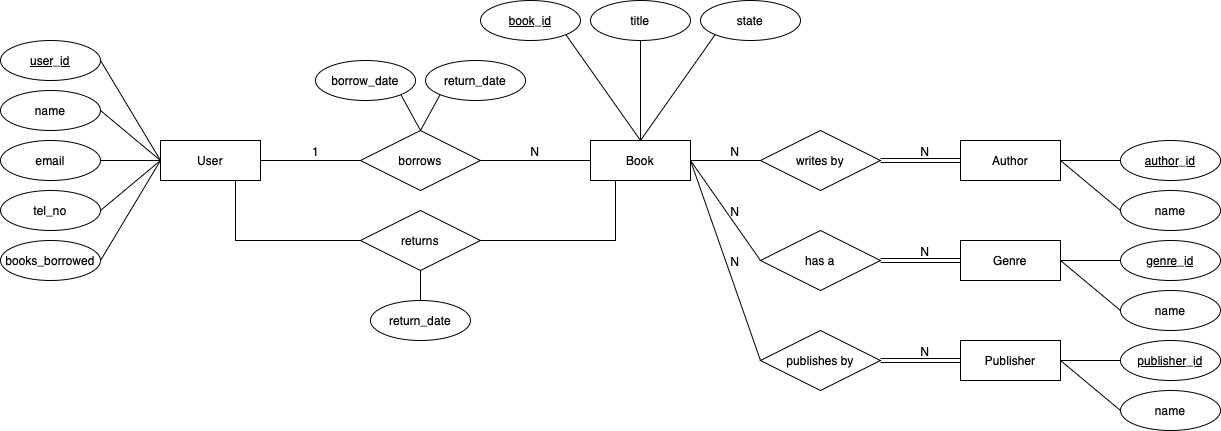
jdai01/library-management keeps this draw.io diagram as ER-diagram.drawio.png. Above is the earlier version. Source tidied: cells renumbered, new cells last; positions are measured from the earlier drawing's top-left corner, leaving out a move shared by most shapes. Source of this version:
```xml
<mxGraphModel>
  <root>
    <mxCell id="0" />
    <mxCell id="1" parent="0" />
    <mxCell id="2" value="User" style="whiteSpace=wrap;html=1;align=center;" parent="1" vertex="1">
      <mxGeometry x="160" y="140" width="100" height="40" as="geometry" />
    </mxCell>
    <mxCell id="3" value="Book" style="whiteSpace=wrap;html=1;align=center;" parent="1" vertex="1">
      <mxGeometry x="590" y="140" width="100" height="40" as="geometry" />
    </mxCell>
    <mxCell id="4" value="Author" style="whiteSpace=wrap;html=1;align=center;" parent="1" vertex="1">
      <mxGeometry x="960" y="140" width="100" height="40" as="geometry" />
    </mxCell>
    <mxCell id="5" value="Genre" style="whiteSpace=wrap;html=1;align=center;" parent="1" vertex="1">
      <mxGeometry x="960" y="240" width="100" height="40" as="geometry" />
    </mxCell>
    <mxCell id="6" value="Publisher" style="whiteSpace=wrap;html=1;align=center;" parent="1" vertex="1">
      <mxGeometry x="960" y="340" width="100" height="40" as="geometry" />
    </mxCell>
    <mxCell id="7" value="book_id" style="ellipse;whiteSpace=wrap;html=1;align=center;fontStyle=4;" parent="1" vertex="1">
      <mxGeometry x="480" width="100" height="40" as="geometry" />
    </mxCell>
    <mxCell id="8" value="state" style="ellipse;whiteSpace=wrap;html=1;align=center;" parent="1" vertex="1">
      <mxGeometry x="700" width="100" height="40" as="geometry" />
    </mxCell>
    <mxCell id="9" value="title" style="ellipse;whiteSpace=wrap;html=1;align=center;" parent="1" vertex="1">
      <mxGeometry x="590" width="100" height="40" as="geometry" />
    </mxCell>
    <mxCell id="10" value="author_id" style="ellipse;whiteSpace=wrap;html=1;align=center;fontStyle=4;" parent="1" vertex="1">
      <mxGeometry x="1120" y="140" width="100" height="40" as="geometry" />
    </mxCell>
    <mxCell id="11" value="genre_id" style="ellipse;whiteSpace=wrap;html=1;align=center;fontStyle=4;" parent="1" vertex="1">
      <mxGeometry x="1120" y="240" width="100" height="40" as="geometry" />
    </mxCell>
    <mxCell id="12" value="publisher_id" style="ellipse;whiteSpace=wrap;html=1;align=center;fontStyle=4;" parent="1" vertex="1">
      <mxGeometry x="1120" y="340" width="100" height="40" as="geometry" />
    </mxCell>
    <mxCell id="13" value="name" style="ellipse;whiteSpace=wrap;html=1;align=center;" parent="1" vertex="1">
      <mxGeometry x="1120" y="190" width="100" height="40" as="geometry" />
    </mxCell>
    <mxCell id="14" value="name" style="ellipse;whiteSpace=wrap;html=1;align=center;" parent="1" vertex="1">
      <mxGeometry x="1120" y="290" width="100" height="40" as="geometry" />
    </mxCell>
    <mxCell id="15" value="name" style="ellipse;whiteSpace=wrap;html=1;align=center;" parent="1" vertex="1">
      <mxGeometry x="1120" y="390" width="100" height="40" as="geometry" />
    </mxCell>
    <mxCell id="16" value="writes by" style="shape=rhombus;perimeter=rhombusPerimeter;whiteSpace=wrap;html=1;align=center;" parent="1" vertex="1">
      <mxGeometry x="760" y="130" width="120" height="60" as="geometry" />
    </mxCell>
    <mxCell id="17" value="has a" style="shape=rhombus;perimeter=rhombusPerimeter;whiteSpace=wrap;html=1;align=center;" parent="1" vertex="1">
      <mxGeometry x="760" y="230" width="120" height="60" as="geometry" />
    </mxCell>
    <mxCell id="18" value="publishes by" style="shape=rhombus;perimeter=rhombusPerimeter;whiteSpace=wrap;html=1;align=center;" parent="1" vertex="1">
      <mxGeometry x="760" y="330" width="120" height="60" as="geometry" />
    </mxCell>
    <mxCell id="19" value="user_id" style="ellipse;whiteSpace=wrap;html=1;align=center;fontStyle=4;" parent="1" vertex="1">
      <mxGeometry y="40" width="100" height="40" as="geometry" />
    </mxCell>
    <mxCell id="20" value="name" style="ellipse;whiteSpace=wrap;html=1;align=center;" parent="1" vertex="1">
      <mxGeometry y="90" width="100" height="40" as="geometry" />
    </mxCell>
    <mxCell id="21" value="email" style="ellipse;whiteSpace=wrap;html=1;align=center;" parent="1" vertex="1">
      <mxGeometry y="140" width="100" height="40" as="geometry" />
    </mxCell>
    <mxCell id="22" value="tel_no" style="ellipse;whiteSpace=wrap;html=1;align=center;" parent="1" vertex="1">
      <mxGeometry y="190" width="100" height="40" as="geometry" />
    </mxCell>
    <mxCell id="23" value="books_borrowed" style="ellipse;whiteSpace=wrap;html=1;align=center;" parent="1" vertex="1">
      <mxGeometry y="240" width="100" height="40" as="geometry" />
    </mxCell>
    <mxCell id="24" value="borrow_date" style="ellipse;whiteSpace=wrap;html=1;align=center;" parent="1" vertex="1">
      <mxGeometry x="315" y="60" width="100" height="40" as="geometry" />
    </mxCell>
    <mxCell id="25" value="return_date" style="ellipse;whiteSpace=wrap;html=1;align=center;" parent="1" vertex="1">
      <mxGeometry x="425" y="60" width="100" height="40" as="geometry" />
    </mxCell>
    <mxCell id="26" value="return_date" style="ellipse;whiteSpace=wrap;html=1;align=center;" parent="1" vertex="1">
      <mxGeometry x="370" y="300" width="100" height="40" as="geometry" />
    </mxCell>
    <mxCell id="27" style="endArrow=none;html=1;rounded=0;exitX=1;exitY=0.5;exitDx=0;exitDy=0;entryX=0;entryY=0.5;entryDx=0;entryDy=0;" parent="1" edge="1" source="19" target="2">
      <mxGeometry relative="1" as="geometry" />
    </mxCell>
    <mxCell id="28" style="endArrow=none;html=1;rounded=0;exitX=1;exitY=0.5;exitDx=0;exitDy=0;entryX=0;entryY=0.5;entryDx=0;entryDy=0;" parent="1" edge="1" source="20" target="2">
      <mxGeometry relative="1" as="geometry" />
    </mxCell>
    <mxCell id="29" style="endArrow=none;html=1;rounded=0;exitX=1;exitY=0.5;exitDx=0;exitDy=0;entryX=0;entryY=0.5;entryDx=0;entryDy=0;" parent="1" edge="1" source="21" target="2">
      <mxGeometry relative="1" as="geometry" />
    </mxCell>
    <mxCell id="30" style="endArrow=none;html=1;rounded=0;exitX=1;exitY=0.5;exitDx=0;exitDy=0;" parent="1" edge="1" source="22">
      <mxGeometry relative="1" as="geometry">
        <mxPoint x="160" y="160" as="targetPoint" />
      </mxGeometry>
    </mxCell>
    <mxCell id="31" style="endArrow=none;html=1;rounded=0;exitX=1;exitY=0.5;exitDx=0;exitDy=0;entryX=0;entryY=0.5;entryDx=0;entryDy=0;" parent="1" edge="1" source="23" target="2">
      <mxGeometry relative="1" as="geometry" />
    </mxCell>
    <mxCell id="32" style="endArrow=none;html=1;rounded=0;exitX=1;exitY=0.5;exitDx=0;exitDy=0;entryX=0;entryY=0.5;entryDx=0;entryDy=0;" parent="1" edge="1" source="2" target="3">
      <mxGeometry relative="1" as="geometry">
        <Array as="points">
          <mxPoint x="430" y="160" />
        </Array>
      </mxGeometry>
    </mxCell>
    <mxCell id="33" value="1" style="html=1;whiteSpace=wrap;align=left;verticalAlign=bottom;" parent="32" vertex="1">
      <mxGeometry x="-1" relative="1" as="geometry">
        <mxPoint x="50" as="offset" />
      </mxGeometry>
    </mxCell>
    <mxCell id="34" value="N" style="html=1;whiteSpace=wrap;align=right;verticalAlign=bottom;" parent="32" vertex="1">
      <mxGeometry x="1" relative="1" as="geometry">
        <mxPoint x="-50" as="offset" />
      </mxGeometry>
    </mxCell>
    <mxCell id="35" value="borrows" style="shape=rhombus;perimeter=rhombusPerimeter;whiteSpace=wrap;html=1;align=center;" parent="1" vertex="1">
      <mxGeometry x="360" y="130" width="120" height="60" as="geometry" />
    </mxCell>
    <mxCell id="36" style="endArrow=none;html=1;rounded=0;exitX=1;exitY=1;exitDx=0;exitDy=0;entryX=0.5;entryY=0;entryDx=0;entryDy=0;" parent="1" edge="1" source="24" target="35">
      <mxGeometry relative="1" as="geometry" />
    </mxCell>
    <mxCell id="37" style="endArrow=none;html=1;rounded=0;entryX=0;entryY=1;entryDx=0;entryDy=0;exitX=0.5;exitY=0;exitDx=0;exitDy=0;" parent="1" edge="1" source="35" target="25">
      <mxGeometry relative="1" as="geometry" />
    </mxCell>
    <mxCell id="38" style="endArrow=none;html=1;rounded=0;exitX=0.75;exitY=1;exitDx=0;exitDy=0;entryX=0.25;entryY=1;entryDx=0;entryDy=0;" parent="1" edge="1" source="2" target="3">
      <mxGeometry relative="1" as="geometry">
        <Array as="points">
          <mxPoint x="235" y="240" />
          <mxPoint x="420" y="240" />
          <mxPoint x="615" y="240" />
        </Array>
      </mxGeometry>
    </mxCell>
    <mxCell id="39" value="returns" style="shape=rhombus;perimeter=rhombusPerimeter;whiteSpace=wrap;html=1;align=center;" parent="1" vertex="1">
      <mxGeometry x="360" y="210" width="120" height="60" as="geometry" />
    </mxCell>
    <mxCell id="40" style="endArrow=none;html=1;rounded=0;entryX=0.5;entryY=1;entryDx=0;entryDy=0;exitX=0.5;exitY=0;exitDx=0;exitDy=0;" parent="1" edge="1" source="26" target="39">
      <mxGeometry relative="1" as="geometry" />
    </mxCell>
    <mxCell id="41" style="endArrow=none;html=1;rounded=0;entryX=1;entryY=1;entryDx=0;entryDy=0;" parent="1" edge="1" target="7">
      <mxGeometry relative="1" as="geometry">
        <mxPoint x="640" y="140" as="sourcePoint" />
      </mxGeometry>
    </mxCell>
    <mxCell id="42" style="endArrow=none;html=1;rounded=0;entryX=0.5;entryY=1;entryDx=0;entryDy=0;exitX=0.5;exitY=0;exitDx=0;exitDy=0;" parent="1" edge="1" source="3" target="9">
      <mxGeometry relative="1" as="geometry" />
    </mxCell>
    <mxCell id="43" style="endArrow=none;html=1;rounded=0;entryX=0.5;entryY=0;entryDx=0;entryDy=0;exitX=0;exitY=1;exitDx=0;exitDy=0;" parent="1" edge="1" source="8" target="3">
      <mxGeometry relative="1" as="geometry" />
    </mxCell>
    <mxCell id="44" style="shape=link;html=1;rounded=0;exitX=1;exitY=0.5;exitDx=0;exitDy=0;entryX=0;entryY=0.5;entryDx=0;entryDy=0;" parent="1" edge="1" source="16" target="4">
      <mxGeometry relative="1" as="geometry" />
    </mxCell>
    <mxCell id="45" value="N" style="html=1;whiteSpace=wrap;align=right;verticalAlign=bottom;" parent="44" vertex="1">
      <mxGeometry x="1" relative="1" as="geometry">
        <mxPoint x="-30" as="offset" />
      </mxGeometry>
    </mxCell>
    <mxCell id="46" style="shape=link;html=1;rounded=0;exitX=1;exitY=0.5;exitDx=0;exitDy=0;entryX=0;entryY=0.5;entryDx=0;entryDy=0;" parent="1" edge="1" source="17" target="5">
      <mxGeometry relative="1" as="geometry" />
    </mxCell>
    <mxCell id="47" value="N" style="html=1;whiteSpace=wrap;align=right;verticalAlign=bottom;" parent="46" vertex="1">
      <mxGeometry x="1" relative="1" as="geometry">
        <mxPoint x="-30" as="offset" />
      </mxGeometry>
    </mxCell>
    <mxCell id="48" style="shape=link;html=1;rounded=0;exitX=1;exitY=0.5;exitDx=0;exitDy=0;entryX=0;entryY=0.5;entryDx=0;entryDy=0;" parent="1" edge="1" source="18" target="6">
      <mxGeometry relative="1" as="geometry" />
    </mxCell>
    <mxCell id="49" value="N" style="html=1;whiteSpace=wrap;align=right;verticalAlign=bottom;" parent="48" vertex="1">
      <mxGeometry x="1" relative="1" as="geometry">
        <mxPoint x="-30" as="offset" />
      </mxGeometry>
    </mxCell>
    <mxCell id="50" style="endArrow=none;html=1;rounded=0;entryX=0;entryY=0.5;entryDx=0;entryDy=0;exitX=1;exitY=0.5;exitDx=0;exitDy=0;" parent="1" edge="1" source="4" target="10">
      <mxGeometry relative="1" as="geometry" />
    </mxCell>
    <mxCell id="51" style="endArrow=none;html=1;rounded=0;exitX=1;exitY=0.5;exitDx=0;exitDy=0;entryX=0;entryY=0.5;entryDx=0;entryDy=0;" parent="1" edge="1" source="4" target="13">
      <mxGeometry relative="1" as="geometry" />
    </mxCell>
    <mxCell id="52" style="endArrow=none;html=1;rounded=0;exitX=1;exitY=0.5;exitDx=0;exitDy=0;entryX=0;entryY=0.5;entryDx=0;entryDy=0;" parent="1" edge="1" source="5" target="11">
      <mxGeometry relative="1" as="geometry" />
    </mxCell>
    <mxCell id="53" style="endArrow=none;html=1;rounded=0;exitX=1;exitY=0.5;exitDx=0;exitDy=0;entryX=0;entryY=0.5;entryDx=0;entryDy=0;" parent="1" edge="1" source="5" target="14">
      <mxGeometry relative="1" as="geometry" />
    </mxCell>
    <mxCell id="54" style="endArrow=none;html=1;rounded=0;entryX=0;entryY=0.5;entryDx=0;entryDy=0;exitX=1;exitY=0.5;exitDx=0;exitDy=0;" parent="1" edge="1" source="6" target="12">
      <mxGeometry relative="1" as="geometry" />
    </mxCell>
    <mxCell id="55" style="endArrow=none;html=1;rounded=0;entryX=0;entryY=0.5;entryDx=0;entryDy=0;exitX=1;exitY=0.5;exitDx=0;exitDy=0;" parent="1" edge="1" source="6" target="15">
      <mxGeometry relative="1" as="geometry" />
    </mxCell>
    <mxCell id="56" style="endArrow=none;html=1;rounded=0;exitX=1;exitY=0.5;exitDx=0;exitDy=0;entryX=0;entryY=0.5;entryDx=0;entryDy=0;" parent="1" edge="1" source="3" target="16">
      <mxGeometry relative="1" as="geometry" />
    </mxCell>
    <mxCell id="57" value="N" style="html=1;whiteSpace=wrap;align=right;verticalAlign=bottom;" parent="56" vertex="1">
      <mxGeometry x="1" relative="1" as="geometry">
        <mxPoint x="-20" as="offset" />
      </mxGeometry>
    </mxCell>
    <mxCell id="58" style="endArrow=none;html=1;rounded=0;exitX=1;exitY=0.5;exitDx=0;exitDy=0;entryX=0;entryY=0.5;entryDx=0;entryDy=0;" parent="1" edge="1" source="3" target="17">
      <mxGeometry relative="1" as="geometry" />
    </mxCell>
    <mxCell id="59" value="N" style="html=1;whiteSpace=wrap;align=right;verticalAlign=bottom;" parent="58" vertex="1">
      <mxGeometry x="1" relative="1" as="geometry">
        <mxPoint x="-20" y="-40" as="offset" />
      </mxGeometry>
    </mxCell>
    <mxCell id="60" style="endArrow=none;html=1;rounded=0;exitX=1;exitY=0.5;exitDx=0;exitDy=0;entryX=0;entryY=0.5;entryDx=0;entryDy=0;" parent="1" edge="1" source="3" target="18">
      <mxGeometry relative="1" as="geometry" />
    </mxCell>
    <mxCell id="61" value="N" style="html=1;whiteSpace=wrap;align=right;verticalAlign=bottom;" parent="60" vertex="1">
      <mxGeometry x="1" relative="1" as="geometry">
        <mxPoint x="-20" y="-90" as="offset" />
      </mxGeometry>
    </mxCell>
  </root>
</mxGraphModel>
```
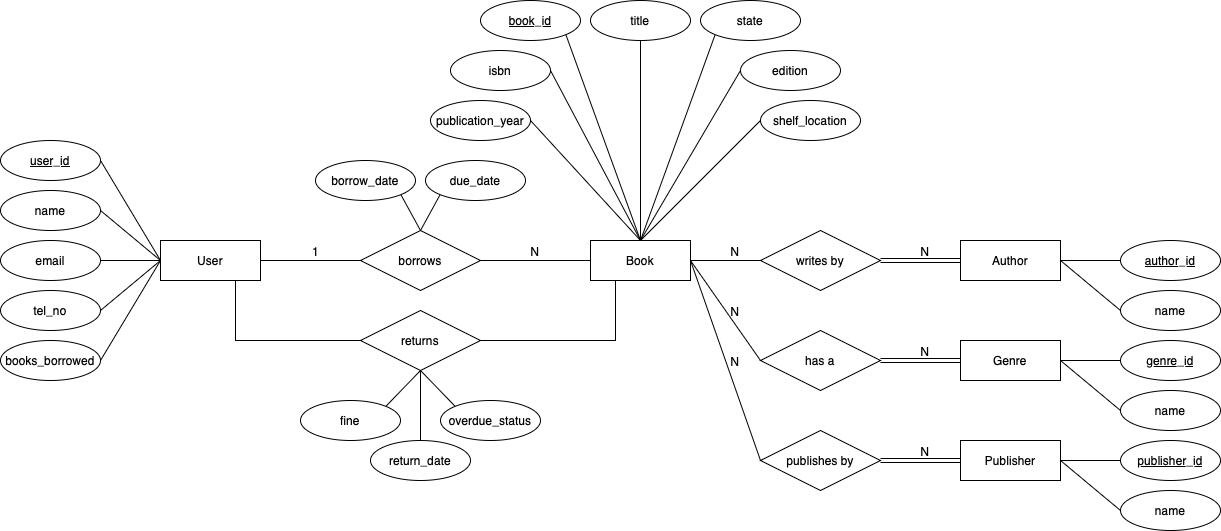
After the change.

Change to the diagram source:
```diff
@@ -18,13 +18,13 @@
       <mxGeometry x="960" y="340" width="100" height="40" as="geometry" />
     </mxCell>
     <mxCell id="7" value="book_id" style="ellipse;whiteSpace=wrap;html=1;align=center;fontStyle=4;" parent="1" vertex="1">
-      <mxGeometry x="480" width="100" height="40" as="geometry" />
+      <mxGeometry x="480" y="-100" width="100" height="40" as="geometry" />
     </mxCell>
     <mxCell id="8" value="state" style="ellipse;whiteSpace=wrap;html=1;align=center;" parent="1" vertex="1">
-      <mxGeometry x="700" width="100" height="40" as="geometry" />
+      <mxGeometry x="700" y="-100" width="100" height="40" as="geometry" />
     </mxCell>
     <mxCell id="9" value="title" style="ellipse;whiteSpace=wrap;html=1;align=center;" parent="1" vertex="1">
-      <mxGeometry x="590" width="100" height="40" as="geometry" />
+      <mxGeometry x="590" y="-100" width="100" height="40" as="geometry" />
     </mxCell>
     <mxCell id="10" value="author_id" style="ellipse;whiteSpace=wrap;html=1;align=center;fontStyle=4;" parent="1" vertex="1">
       <mxGeometry x="1120" y="140" width="100" height="40" as="geometry" />
@@ -71,11 +71,11 @@
     <mxCell id="24" value="borrow_date" style="ellipse;whiteSpace=wrap;html=1;align=center;" parent="1" vertex="1">
       <mxGeometry x="315" y="60" width="100" height="40" as="geometry" />
     </mxCell>
-    <mxCell id="25" value="return_date" style="ellipse;whiteSpace=wrap;html=1;align=center;" parent="1" vertex="1">
+    <mxCell id="25" value="due_date" style="ellipse;whiteSpace=wrap;html=1;align=center;" parent="1" vertex="1">
       <mxGeometry x="425" y="60" width="100" height="40" as="geometry" />
     </mxCell>
     <mxCell id="26" value="return_date" style="ellipse;whiteSpace=wrap;html=1;align=center;" parent="1" vertex="1">
-      <mxGeometry x="370" y="300" width="100" height="40" as="geometry" />
+      <mxGeometry x="370" y="340" width="100" height="40" as="geometry" />
     </mxCell>
     <mxCell id="27" style="endArrow=none;html=1;rounded=0;exitX=1;exitY=0.5;exitDx=0;exitDy=0;entryX=0;entryY=0.5;entryDx=0;entryDy=0;" parent="1" edge="1" source="19" target="2">
       <mxGeometry relative="1" as="geometry" />
@@ -212,5 +212,45 @@
         <mxPoint x="-20" y="-90" as="offset" />
       </mxGeometry>
     </mxCell>
+    <mxCell id="62" value="isbn" style="ellipse;whiteSpace=wrap;html=1;align=center;" parent="1" vertex="1">
+      <mxGeometry x="450" y="-50" width="100" height="40" as="geometry" />
+    </mxCell>
+    <mxCell id="63" value="publication_year" style="ellipse;whiteSpace=wrap;html=1;align=center;" parent="1" vertex="1">
+      <mxGeometry x="430" width="100" height="40" as="geometry" />
+    </mxCell>
+    <mxCell id="64" value="edition" style="ellipse;whiteSpace=wrap;html=1;align=center;" parent="1" vertex="1">
+      <mxGeometry x="740" y="-50" width="100" height="40" as="geometry" />
+    </mxCell>
+    <mxCell id="65" value="shelf_location" style="ellipse;whiteSpace=wrap;html=1;align=center;" parent="1" vertex="1">
+      <mxGeometry x="760" width="100" height="40" as="geometry" />
+    </mxCell>
+    <mxCell id="66" style="endArrow=none;html=1;rounded=0;exitX=1;exitY=0.5;exitDx=0;exitDy=0;" parent="1" edge="1" source="62">
+      <mxGeometry relative="1" as="geometry">
+        <mxPoint x="640" y="140" as="targetPoint" />
+      </mxGeometry>
+    </mxCell>
+    <mxCell id="67" style="endArrow=none;html=1;rounded=0;exitX=1;exitY=0.5;exitDx=0;exitDy=0;entryX=0.5;entryY=0;entryDx=0;entryDy=0;" parent="1" edge="1" source="63" target="3">
+      <mxGeometry relative="1" as="geometry" />
+    </mxCell>
+    <mxCell id="68" style="endArrow=none;html=1;rounded=0;entryX=0;entryY=0.5;entryDx=0;entryDy=0;" parent="1" edge="1" target="64">
+      <mxGeometry relative="1" as="geometry">
+        <mxPoint x="640" y="140" as="sourcePoint" />
+      </mxGeometry>
+    </mxCell>
+    <mxCell id="69" style="endArrow=none;html=1;rounded=0;entryX=0;entryY=0.5;entryDx=0;entryDy=0;exitX=0.5;exitY=0;exitDx=0;exitDy=0;" parent="1" edge="1" source="3" target="65">
+      <mxGeometry relative="1" as="geometry" />
+    </mxCell>
+    <mxCell id="70" value="fine" style="ellipse;whiteSpace=wrap;html=1;align=center;" parent="1" vertex="1">
+      <mxGeometry x="300" y="300" width="100" height="40" as="geometry" />
+    </mxCell>
+    <mxCell id="71" value="overdue_status" style="ellipse;whiteSpace=wrap;html=1;align=center;" parent="1" vertex="1">
+      <mxGeometry x="440" y="300" width="100" height="40" as="geometry" />
+    </mxCell>
+    <mxCell id="72" style="endArrow=none;html=1;rounded=0;exitX=0.5;exitY=1;exitDx=0;exitDy=0;entryX=1;entryY=0;entryDx=0;entryDy=0;" parent="1" edge="1" source="39" target="70">
+      <mxGeometry relative="1" as="geometry" />
+    </mxCell>
+    <mxCell id="73" style="endArrow=none;html=1;rounded=0;exitX=0.5;exitY=1;exitDx=0;exitDy=0;entryX=0;entryY=0;entryDx=0;entryDy=0;" parent="1" edge="1" source="39" target="71">
+      <mxGeometry relative="1" as="geometry" />
+    </mxCell>
   </root>
 </mxGraphModel>
```
